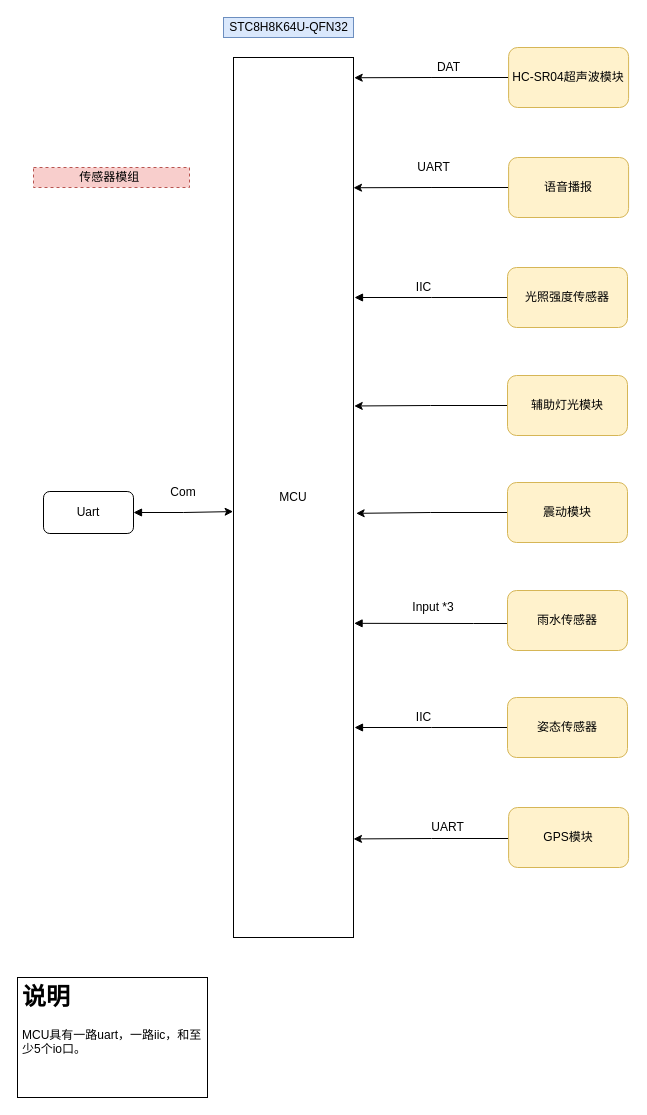
This is page "传感器模组" (2 of 2) of 3.Hardware/硬件功能设计.drawio from breakeryu/BlindStick_MagicTool, a draw.io file, before an edit. Source tidied: cells renumbered, new cells numbered last; positions are measured from the earlier drawing's top-left corner, leaving out a move shared by most shapes. Both pictures are drawn from the tidied source at 100%, with x=0, y=0 at pixel (17, 17).
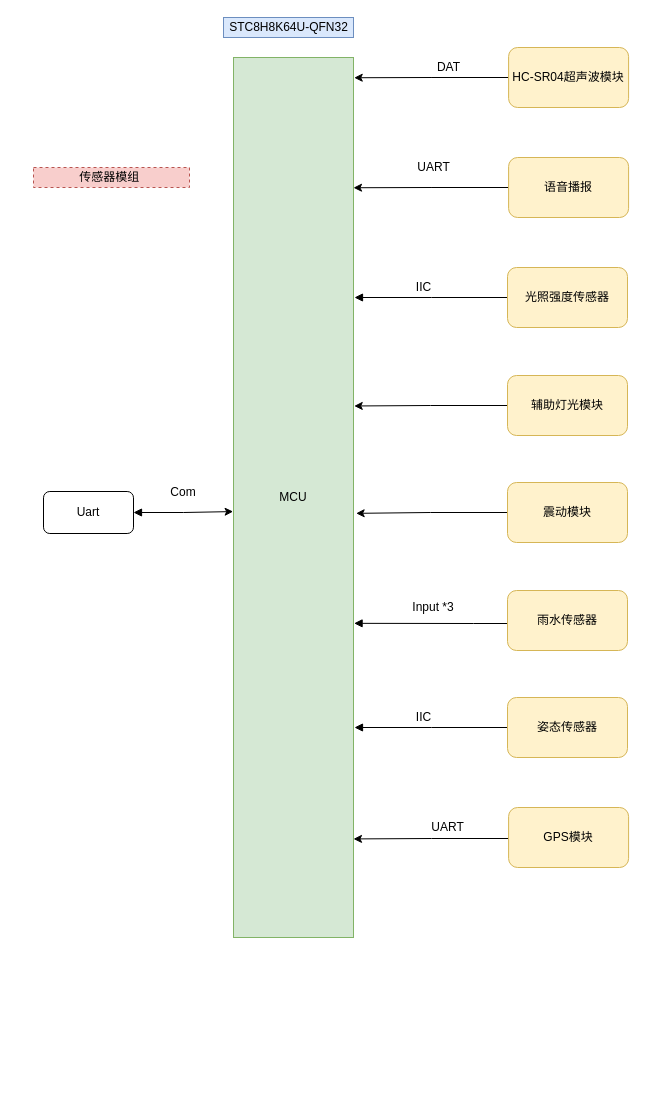
The same page after the edit.

Diff of the diagram source:
```diff
@@
-    <mxCell id="13" value="MCU" style="rounded=0;whiteSpace=wrap;html=1;" parent="1" vertex="1">
+    <mxCell id="13" value="MCU" style="rounded=0;whiteSpace=wrap;html=1;fillColor=#d5e8d4;strokeColor=#82b366;" parent="1" vertex="1">
       <mxGeometry x="216" y="40" width="120" height="880" as="geometry" />
     </mxCell>
@@
-    <mxCell id="20" value="&lt;h1&gt;说明&lt;/h1&gt;&lt;p&gt;MCU具有一路uart，一路iic，和至少5个io口。&lt;/p&gt;" style="text;html=1;fillColor=none;spacing=5;spacingTop=-20;whiteSpace=wrap;overflow=hidden;rounded=0;strokeColor=#000000;" parent="1" vertex="1">
-      <mxGeometry y="960" width="190" height="120" as="geometry" />
-    </mxCell>
```
